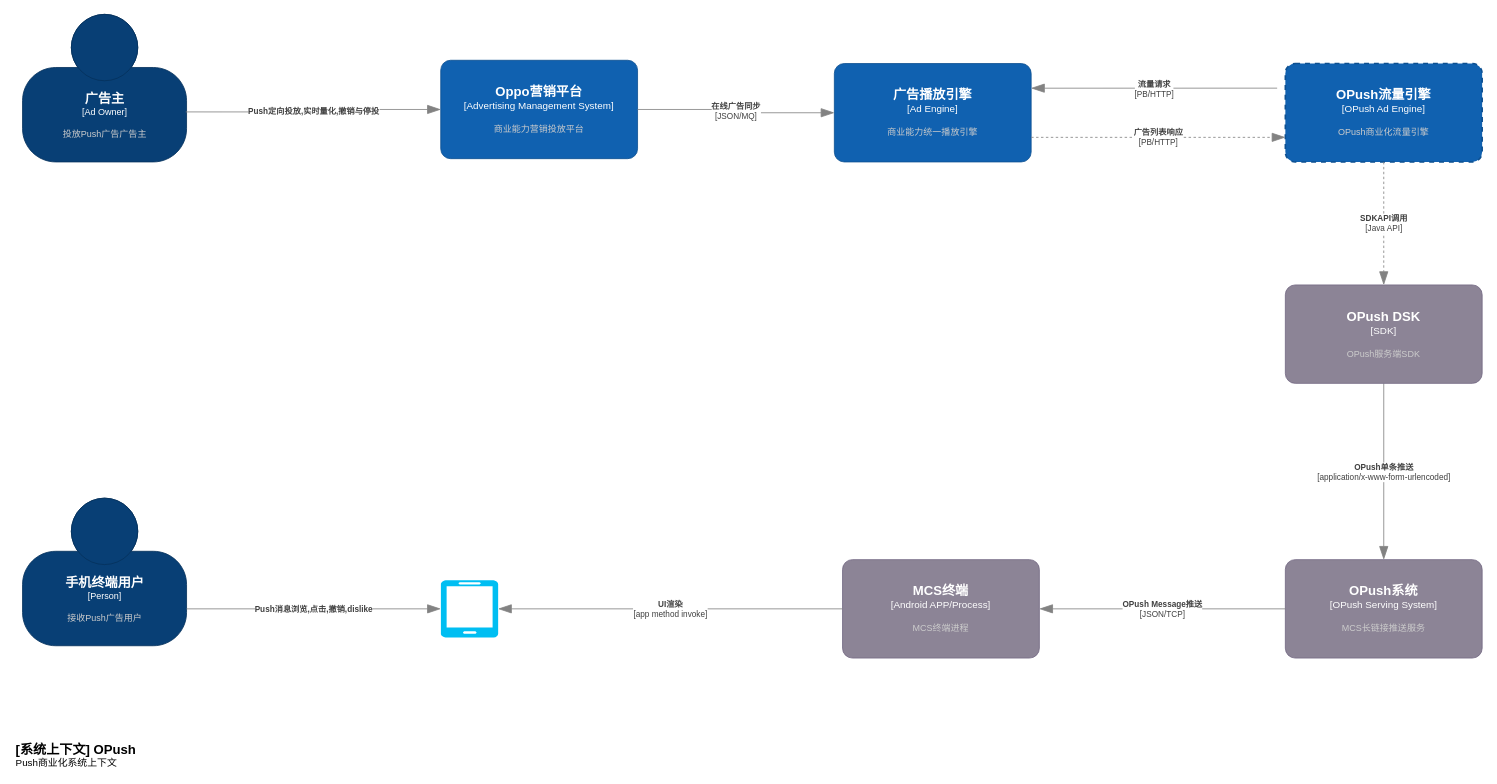
Before: page "Context" (1 of 6) of universal-engine/OPush.drawio in karlchan-cn/drawio-repository, a draw.io diagram. Source tidied: cells renumbered, new cells numbered last; positions are measured from the earlier drawing's top-left corner, leaving out a move shared by most shapes. Both pictures are drawn from the tidied source at 82%, with x=0, y=0 at pixel (14, 14).
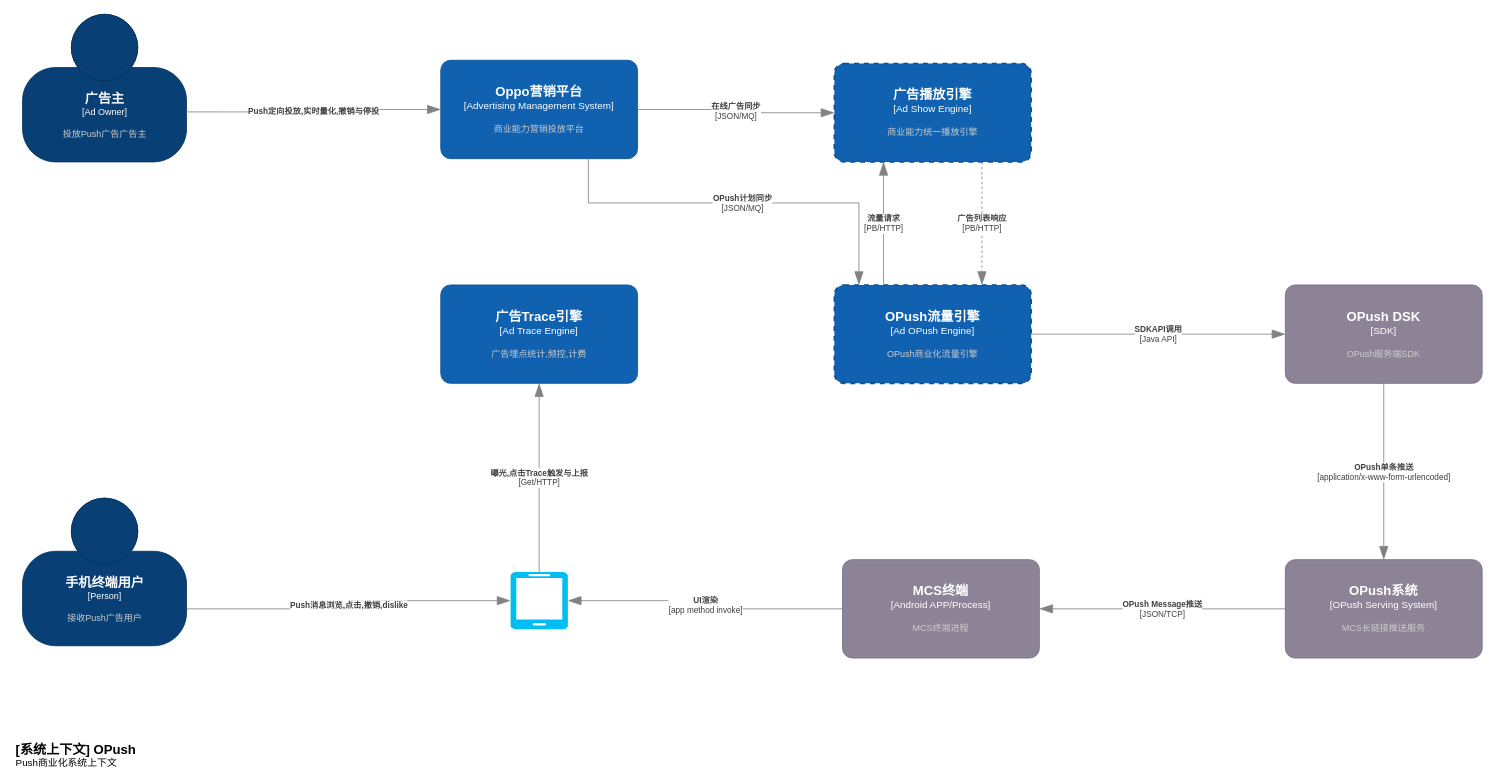
The same page after the edit.

The change refers to these unchanged cells:
```xml
<object id="5" label="&lt;font style=&quot;font-size: 16px&quot;&gt;&lt;b&gt;%c4Name%&lt;/b&gt;&lt;/font&gt;&lt;div&gt;[%c4Type%]&lt;/div&gt;&lt;br&gt;&lt;div&gt;&lt;font style=&quot;font-size: 11px&quot;&gt;&lt;font color=&quot;#cccccc&quot;&gt;%c4Description%&lt;/font&gt;&lt;/div&gt;" c4Description="商业能力营销投放平台" c4Name="Oppo营销平台" c4Type="Advertising Management System" placeholders="1">
  <mxCell style="rounded=1;whiteSpace=wrap;html=1;labelBackgroundColor=none;fillColor=#1061B0;fontColor=#ffffff;align=center;arcSize=10;strokeColor=#0D5091;points=[[0.25,0,0],[0.5,0,0],[0.75,0,0],[1,0.25,0],[1,0.5,0],[1,0.75,0],[0.75,1,0],[0.5,1,0],[0.25,1,0],[0,0.75,0],[0,0.5,0],[0,0.25,0]];" parent="1" vertex="1">
    <mxGeometry x="520" y="56" width="240" height="120" as="geometry" />
  </mxCell>
</object>
<object id="18" label="&lt;font style=&quot;font-size: 16px&quot;&gt;&lt;b&gt;%c4Name%&lt;/b&gt;&lt;/font&gt;&lt;div&gt;[%c4Type%]&lt;/div&gt;&lt;br&gt;&lt;div&gt;&lt;font style=&quot;font-size: 11px&quot;&gt;&lt;font color=&quot;#cccccc&quot;&gt;%c4Description%&lt;/font&gt;&lt;/div&gt;" c4Description="OPush服务端SDK" c4Name="OPush DSK" c4Type="SDK" placeholders="1">
  <mxCell style="rounded=1;whiteSpace=wrap;html=1;labelBackgroundColor=none;fillColor=#8C8496;fontColor=#ffffff;align=center;arcSize=10;strokeColor=#736782;points=[[0.25,0,0],[0.5,0,0],[0.75,0,0],[1,0.25,0],[1,0.5,0],[1,0.75,0],[0.75,1,0],[0.5,1,0],[0.25,1,0],[0,0.75,0],[0,0.5,0],[0,0.25,0]];" parent="1" vertex="1">
    <mxGeometry x="1550" y="330" width="240" height="120" as="geometry" />
  </mxCell>
</object>
```

Change to the diagram source:
```diff
@@
     <mxCell id="8" style="verticalLabelPosition=bottom;html=1;verticalAlign=top;align=center;strokeColor=none;fillColor=#00BEF2;shape=mxgraph.azure.mobile;" parent="1" vertex="1">
-      <mxGeometry x="520" y="690" width="70" height="70" as="geometry" />
+      <mxGeometry x="605" y="680" width="70" height="70" as="geometry" />
     </mxCell>
@@
-    <object id="13" label="&lt;font style=&quot;font-size: 16px&quot;&gt;&lt;b&gt;%c4Name%&lt;/b&gt;&lt;/font&gt;&lt;div&gt;[%c4Type%]&lt;/div&gt;&lt;br&gt;&lt;div&gt;&lt;font style=&quot;font-size: 11px&quot;&gt;&lt;font color=&quot;#cccccc&quot;&gt;%c4Description%&lt;/font&gt;&lt;/div&gt;" c4Description="OPush商业化流量引擎" c4Name="OPush流量引擎" c4Type="OPush Ad Engine" placeholders="1">
+    <object id="13" label="&lt;font style=&quot;font-size: 16px&quot;&gt;&lt;b&gt;%c4Name%&lt;/b&gt;&lt;/font&gt;&lt;div&gt;[%c4Type%]&lt;/div&gt;&lt;br&gt;&lt;div&gt;&lt;font style=&quot;font-size: 11px&quot;&gt;&lt;font color=&quot;#cccccc&quot;&gt;%c4Description%&lt;/font&gt;&lt;/div&gt;" c4Description="OPush商业化流量引擎" c4Name="OPush流量引擎" c4Type="Ad OPush Engine" placeholders="1">
       <mxCell style="rounded=1;whiteSpace=wrap;html=1;labelBackgroundColor=none;fillColor=#1061B0;fontColor=#ffffff;align=center;arcSize=10;strokeColor=#0D5091;points=[[0.25,0,0],[0.5,0,0],[0.75,0,0],[1,0.25,0],[1,0.5,0],[1,0.75,0],[0.75,1,0],[0.5,1,0],[0.25,1,0],[0,0.75,0],[0,0.5,0],[0,0.25,0]];dashed=1;strokeWidth=2;" parent="1" vertex="1">
-        <mxGeometry x="1550" y="60" width="240" height="120" as="geometry" />
+        <mxGeometry x="1000" y="330" width="240" height="120" as="geometry" />
       </mxCell>
     </object>
-    <object id="14" label="&lt;font style=&quot;font-size: 16px&quot;&gt;&lt;b&gt;%c4Name%&lt;/b&gt;&lt;/font&gt;&lt;div&gt;[%c4Type%]&lt;/div&gt;&lt;br&gt;&lt;div&gt;&lt;font style=&quot;font-size: 11px&quot;&gt;&lt;font color=&quot;#cccccc&quot;&gt;%c4Description%&lt;/font&gt;&lt;/div&gt;" c4Description="商业能力统一播放引擎" c4Name="广告播放引擎" c4Type="Ad Engine" placeholders="1">
-      <mxCell style="rounded=1;whiteSpace=wrap;html=1;labelBackgroundColor=none;fillColor=#1061B0;fontColor=#ffffff;align=center;arcSize=10;strokeColor=#0D5091;points=[[0.25,0,0],[0.5,0,0],[0.75,0,0],[1,0.25,0],[1,0.5,0],[1,0.75,0],[0.75,1,0],[0.5,1,0],[0.25,1,0],[0,0.75,0],[0,0.5,0],[0,0.25,0]];" parent="1" vertex="1">
+    <object id="14" label="&lt;font style=&quot;font-size: 16px&quot;&gt;&lt;b&gt;%c4Name%&lt;/b&gt;&lt;/font&gt;&lt;div&gt;[%c4Type%]&lt;/div&gt;&lt;br&gt;&lt;div&gt;&lt;font style=&quot;font-size: 11px&quot;&gt;&lt;font color=&quot;#cccccc&quot;&gt;%c4Description%&lt;/font&gt;&lt;/div&gt;" c4Description="商业能力统一播放引擎" c4Name="广告播放引擎" c4Type="Ad Show Engine" placeholders="1">
+      <mxCell style="rounded=1;whiteSpace=wrap;html=1;labelBackgroundColor=none;fillColor=#1061B0;fontColor=#ffffff;align=center;arcSize=10;strokeColor=#0D5091;points=[[0.25,0,0],[0.5,0,0],[0.75,0,0],[1,0.25,0],[1,0.5,0],[1,0.75,0],[0.75,1,0],[0.5,1,0],[0.25,1,0],[0,0.75,0],[0,0.5,0],[0,0.25,0]];dashed=1;strokeWidth=2;" parent="1" vertex="1">
         <mxGeometry x="1000" y="60" width="240" height="120" as="geometry" />
       </mxCell>
     </object>
@@
     <object id="16" label="&lt;div style=&quot;text-align: left&quot;&gt;&lt;div style=&quot;text-align: center&quot;&gt;&lt;b&gt;%c4Description%&lt;/b&gt;&lt;/div&gt;&lt;div style=&quot;text-align: center&quot;&gt;[%c4Technology%]&lt;/div&gt;&lt;/div&gt;" c4Description="流量请求" c4Technology="PB/HTTP" placeholders="1">
-      <mxCell style="endArrow=blockThin;html=1;fontSize=10;fontColor=#404040;strokeWidth=1;endFill=1;strokeColor=#828282;elbow=vertical;endSize=14;startSize=14;jumpStyle=arc;jumpSize=16;rounded=0;edgeStyle=orthogonalEdgeStyle;entryX=1;entryY=0.25;entryDx=0;entryDy=0;entryPerimeter=0;" parent="1" edge="1" target="14">
-        <mxGeometry relative="1" as="geometry">
-          <mxPoint x="1540" y="90" as="sourcePoint" />
-        </mxGeometry>
+      <mxCell style="endArrow=blockThin;html=1;fontSize=10;fontColor=#404040;strokeWidth=1;endFill=1;strokeColor=#828282;elbow=vertical;endSize=14;startSize=14;jumpStyle=arc;jumpSize=16;rounded=0;edgeStyle=orthogonalEdgeStyle;entryX=0.25;entryY=1;entryDx=0;entryDy=0;entryPerimeter=0;exitX=0.25;exitY=0;exitDx=0;exitDy=0;exitPerimeter=0;" parent="1" edge="1" source="13" target="14">
+        <mxGeometry relative="1" as="geometry" />
       </mxCell>
     </object>
@@
     <object id="19" label="&lt;div style=&quot;text-align: left&quot;&gt;&lt;div style=&quot;text-align: center&quot;&gt;&lt;b&gt;%c4Description%&lt;/b&gt;&lt;/div&gt;&lt;div style=&quot;text-align: center&quot;&gt;[%c4Technology%]&lt;/div&gt;&lt;/div&gt;" c4Description="广告列表响应" c4Technology="PB/HTTP" placeholders="1">
-      <mxCell style="endArrow=blockThin;html=1;fontSize=10;fontColor=#404040;strokeWidth=1;endFill=1;strokeColor=#828282;elbow=vertical;endSize=14;startSize=14;jumpStyle=arc;jumpSize=16;rounded=0;edgeStyle=orthogonalEdgeStyle;entryX=0;entryY=0.75;entryDx=0;entryDy=0;entryPerimeter=0;exitX=1;exitY=0.75;exitDx=0;exitDy=0;exitPerimeter=0;dashed=1;" parent="1" edge="1" source="14" target="13">
-        <mxGeometry relative="1" as="geometry" />
+      <mxCell style="endArrow=blockThin;html=1;fontSize=10;fontColor=#404040;strokeWidth=1;endFill=1;strokeColor=#828282;elbow=vertical;endSize=14;startSize=14;jumpStyle=arc;jumpSize=16;rounded=0;edgeStyle=orthogonalEdgeStyle;entryX=0.75;entryY=0;entryDx=0;entryDy=0;entryPerimeter=0;exitX=0.75;exitY=1;exitDx=0;exitDy=0;exitPerimeter=0;dashed=1;" parent="1" edge="1" source="14" target="13">
+        <mxGeometry relative="1" as="geometry">
+          <Array as="points">
+            <mxPoint x="1180" y="260" />
+            <mxPoint x="1180" y="260" />
+          </Array>
+        </mxGeometry>
       </mxCell>
     </object>
     <object id="20" label="&lt;div style=&quot;text-align: left&quot;&gt;&lt;div style=&quot;text-align: center&quot;&gt;&lt;b&gt;%c4Description%&lt;/b&gt;&lt;/div&gt;&lt;div style=&quot;text-align: center&quot;&gt;[%c4Technology%]&lt;/div&gt;&lt;/div&gt;" c4Description="SDKAPI调用" c4Technology="Java API" placeholders="1">
-      <mxCell style="endArrow=blockThin;html=1;fontSize=10;fontColor=#404040;strokeWidth=1;endFill=1;strokeColor=#828282;elbow=vertical;endSize=14;startSize=14;jumpStyle=arc;jumpSize=16;rounded=0;edgeStyle=orthogonalEdgeStyle;dashed=1;exitX=0.5;exitY=1;exitDx=0;exitDy=0;exitPerimeter=0;" parent="1" edge="1" source="13" target="18">
+      <mxCell style="endArrow=blockThin;html=1;fontSize=10;fontColor=#404040;strokeWidth=1;endFill=1;strokeColor=#828282;elbow=vertical;endSize=14;startSize=14;jumpStyle=arc;jumpSize=16;rounded=0;edgeStyle=orthogonalEdgeStyle;exitX=1;exitY=0.5;exitDx=0;exitDy=0;exitPerimeter=0;" parent="1" edge="1" source="13" target="18">
         <mxGeometry relative="1" as="geometry" />
       </mxCell>
     </object>
+    <object id="21" label="&lt;font style=&quot;font-size: 16px&quot;&gt;&lt;b&gt;%c4Name%&lt;/b&gt;&lt;/font&gt;&lt;div&gt;[%c4Type%]&lt;/div&gt;&lt;br&gt;&lt;div&gt;&lt;font style=&quot;font-size: 11px&quot;&gt;&lt;font color=&quot;#cccccc&quot;&gt;%c4Description%&lt;/font&gt;&lt;/div&gt;" c4Description="广告埋点统计,频控,计费" c4Name="广告Trace引擎" c4Type="Ad Trace Engine" placeholders="1">
+      <mxCell style="rounded=1;whiteSpace=wrap;html=1;labelBackgroundColor=none;fillColor=#1061B0;fontColor=#ffffff;align=center;arcSize=10;strokeColor=#0D5091;points=[[0.25,0,0],[0.5,0,0],[0.75,0,0],[1,0.25,0],[1,0.5,0],[1,0.75,0],[0.75,1,0],[0.5,1,0],[0.25,1,0],[0,0.75,0],[0,0.5,0],[0,0.25,0]];" parent="1" vertex="1">
+        <mxGeometry x="520" y="330" width="240" height="120" as="geometry" />
+      </mxCell>
+    </object>
+    <object id="22" label="&lt;div style=&quot;text-align: left&quot;&gt;&lt;div style=&quot;text-align: center&quot;&gt;&lt;b&gt;%c4Description%&lt;/b&gt;&lt;/div&gt;&lt;div style=&quot;text-align: center&quot;&gt;[%c4Technology%]&lt;/div&gt;&lt;/div&gt;" c4Description="曝光,点击Trace触发与上报" c4Technology="Get/HTTP" placeholders="1">
+      <mxCell style="endArrow=blockThin;html=1;fontSize=10;fontColor=#404040;strokeWidth=1;endFill=1;strokeColor=#828282;elbow=vertical;endSize=14;startSize=14;jumpStyle=arc;jumpSize=16;rounded=0;edgeStyle=orthogonalEdgeStyle;entryX=0.5;entryY=1;entryDx=0;entryDy=0;entryPerimeter=0;exitX=0.5;exitY=0;exitDx=0;exitDy=0;exitPerimeter=0;" parent="1" edge="1" source="8" target="21">
+        <mxGeometry relative="1" as="geometry">
+          <Array as="points">
+            <mxPoint x="640" y="610" />
+            <mxPoint x="640" y="610" />
+          </Array>
+        </mxGeometry>
+      </mxCell>
+    </object>
+    <object id="23" label="&lt;div style=&quot;text-align: left&quot;&gt;&lt;div style=&quot;text-align: center&quot;&gt;&lt;b&gt;%c4Description%&lt;/b&gt;&lt;/div&gt;&lt;div style=&quot;text-align: center&quot;&gt;[%c4Technology%]&lt;/div&gt;&lt;/div&gt;" c4Description="OPush计划同步" c4Technology="JSON/MQ" placeholders="1">
+      <mxCell style="endArrow=blockThin;html=1;fontSize=10;fontColor=#404040;strokeWidth=1;endFill=1;strokeColor=#828282;elbow=vertical;endSize=14;startSize=14;jumpStyle=arc;jumpSize=16;rounded=0;edgeStyle=orthogonalEdgeStyle;exitX=0.75;exitY=1;exitDx=0;exitDy=0;exitPerimeter=0;" parent="1" edge="1" source="5" target="13">
+        <mxGeometry relative="1" as="geometry">
+          <Array as="points">
+            <mxPoint x="700" y="230" />
+            <mxPoint x="1030" y="230" />
+          </Array>
+        </mxGeometry>
+      </mxCell>
+    </object>
```
